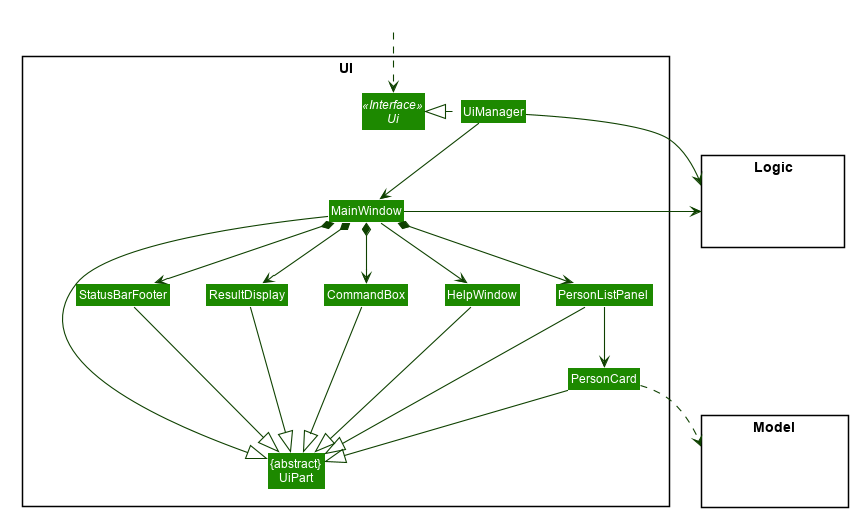
Above: docs/images/UiClassDiagram.png in nus-cs2103-AY2021S2/tp (PlantUML), before the change.
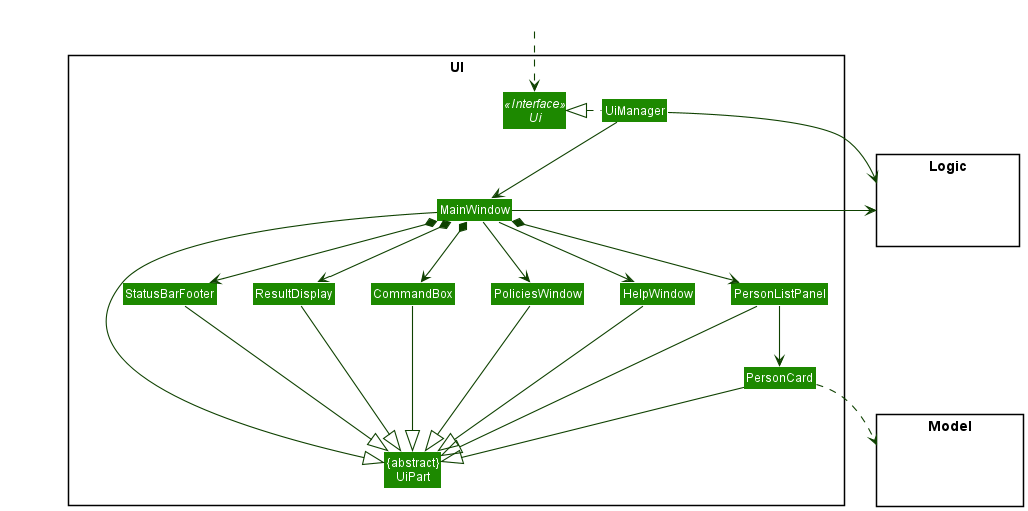
After the change.

Commit message:
Update UML diagram with PoliciesWindow class

Change to the diagram source:
```diff
@@ -1,55 +1,8 @@
 @startuml
-
-
-
-
-
-
-
-
-skinparam BackgroundColor #FFFFFFF
-
-skinparam Shadowing false
-
-skinparam Class {
-    FontColor #FFFFFF
-    BorderThickness 1
-    BorderColor #FFFFFF
-    StereotypeFontColor #FFFFFF
-    FontName Arial
-}
-
-skinparam Actor {
-    BorderColor #000000
-    Color #000000
-    FontName Arial
-}
-
-skinparam Sequence {
-    MessageAlign center
-    BoxFontSize 15
-    BoxPadding 0
-    BoxFontColor #FFFFFF
-    FontName Arial
-}
-
-skinparam Participant {
-    FontColor #FFFFFFF
-    Padding 20
-}
-
-skinparam MinClassWidth 50
-skinparam ParticipantPadding 10
-skinparam Shadowing false
-skinparam DefaultTextAlignment center
-skinparam packageStyle Rectangle
-
-hide footbox
-hide members
-hide circle
+!include style.puml
 skinparam arrowThickness 1.1
-skinparam arrowColor #0E4100
-skinparam classBackgroundColor #1D8900
+skinparam arrowColor UI_COLOR_T4
+skinparam classBackgroundColor UI_COLOR
 
 package UI <<Rectangle>>{
 Interface Ui <<Interface>>
@@ -57,6 +10,7 @@
 Class UiManager
 Class MainWindow
 Class HelpWindow
+Class PoliciesWindow
 Class ResultDisplay
 Class PersonListPanel
 Class PersonCard
@@ -78,6 +32,7 @@
 UiManager .left.|> Ui
 UiManager -down-> MainWindow
 MainWindow --> HelpWindow
+MainWindow --> PoliciesWindow
 MainWindow *-down-> CommandBox
 MainWindow *-down-> ResultDisplay
 MainWindow *-down-> PersonListPanel
@@ -93,13 +48,15 @@
 PersonCard --|> UiPart
 StatusBarFooter --|> UiPart
 HelpWindow -down-|> UiPart
+PoliciesWindow -down-|> UiPart
 
 PersonCard ..> Model
 UiManager -right-> Logic
 MainWindow -left-> Logic
 
 PersonListPanel -[hidden]left- HelpWindow
-HelpWindow -[hidden]left- CommandBox
+HelpWindow -[hidden]left- PoliciesWindow
+PoliciesWindow -[hidden]left- CommandBox
 CommandBox -[hidden]left- ResultDisplay
 ResultDisplay -[hidden]left- StatusBarFooter
 
```
